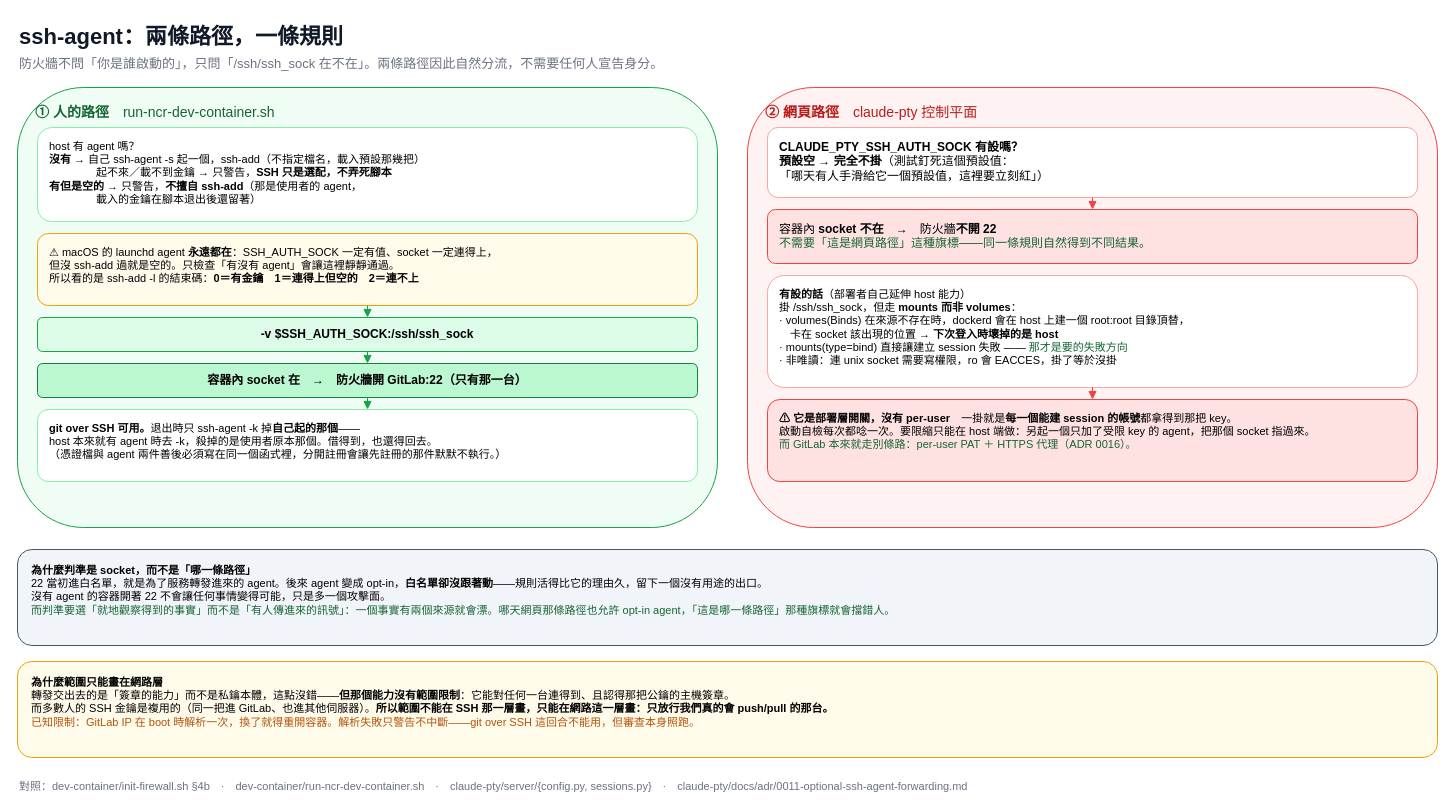
The draw.io diagram page "2. ssh-agent：兩條路徑，一條規則" (2 of 3) of docs/dev-container.drawio in nathanfhh/30-days-ironman, before the edit. Source tidied: cells renumbered, new cells numbered last; positions are measured from the earlier drawing's top-left corner, leaving out a move shared by most shapes. Both pictures are drawn from the tidied source at 100%, with x=0, y=0 at pixel (17, 17).
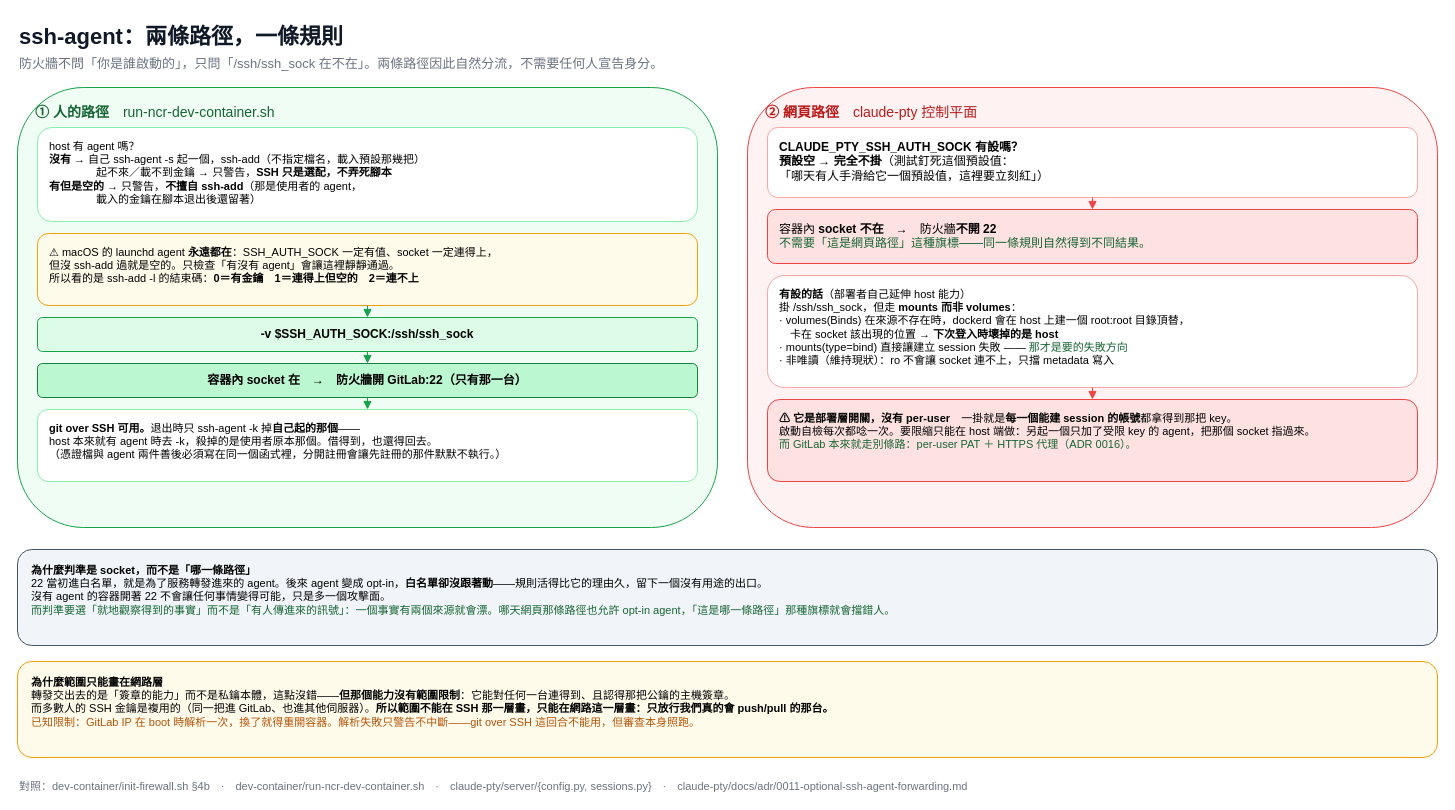
The same page after the edit.

Diff of the diagram source:
```diff
@@
-    <mxCell id="18" value="&lt;b&gt;有設的話&lt;/b&gt;（部署者自己延伸 host 能力）&#10;掛 /ssh/ssh_sock，但走 &lt;b&gt;mounts 而非 volumes&lt;/b&gt;：&#10;· volumes(Binds) 在來源不存在時，dockerd 會在 host 上建一個 root:root 目錄頂替，&#10;　卡在 socket 該出現的位置 → &lt;b&gt;下次登入時壞掉的是 host&lt;/b&gt;&#10;· mounts(type=bind) 直接讓建立 session 失敗 —— &lt;font color=&quot;#166534&quot;&gt;那才是要的失敗方向&lt;/font&gt;&#10;· 非唯讀：連 unix socket 需要寫權限，ro 會 EACCES，掛了等於沒掛" style="rounded=1;whiteSpace=wrap;html=1;fillColor=#ffffff;strokeColor=#fca5a5;fontSize=11;align=left;spacingLeft=10;verticalAlign=top;spacingTop=6;" parent="1" vertex="1">
+    <mxCell id="18" value="&lt;b&gt;有設的話&lt;/b&gt;（部署者自己延伸 host 能力）&#10;掛 /ssh/ssh_sock，但走 &lt;b&gt;mounts 而非 volumes&lt;/b&gt;：&#10;· volumes(Binds) 在來源不存在時，dockerd 會在 host 上建一個 root:root 目錄頂替，&#10;　卡在 socket 該出現的位置 → &lt;b&gt;下次登入時壞掉的是 host&lt;/b&gt;&#10;· mounts(type=bind) 直接讓建立 session 失敗 —— &lt;font color=&quot;#166534&quot;&gt;那才是要的失敗方向&lt;/font&gt;&#10;· 非唯讀（維持現狀）：ro 不會讓 socket 連不上，只擋 metadata 寫入" style="rounded=1;whiteSpace=wrap;html=1;fillColor=#ffffff;strokeColor=#fca5a5;fontSize=11;align=left;spacingLeft=10;verticalAlign=top;spacingTop=6;" parent="1" vertex="1">
       <mxGeometry x="750" y="258" width="650" height="112" as="geometry" />
     </mxCell>
```
